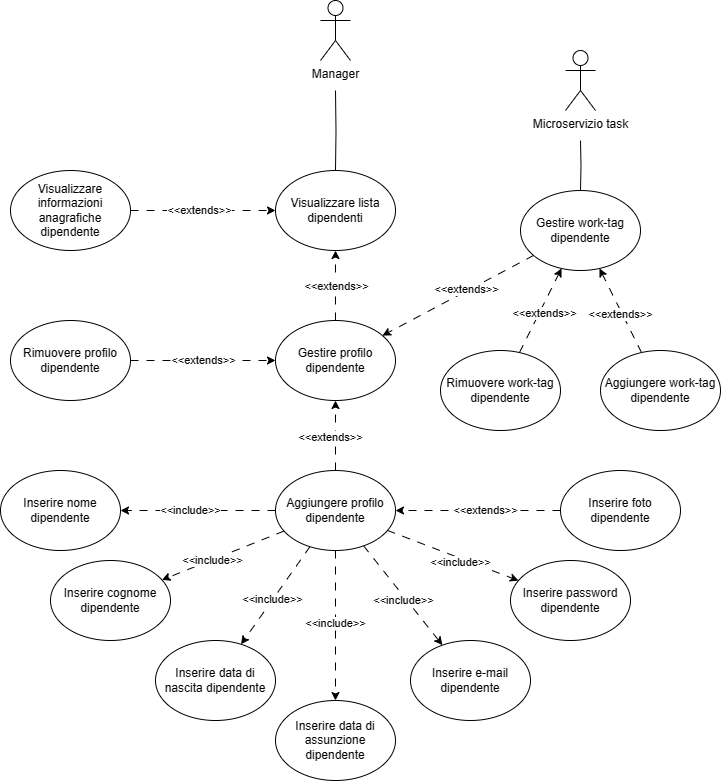
This is second-deliverable/images/UCD/RF11_gestionedipendenti_UCD.png from IS-FixMi/Documentation-Source, a draw.io export, as it was before one commit. Source tidied: cells renumbered, new cells last; positions are measured from the earlier drawing's top-left corner, leaving out a move shared by most shapes.
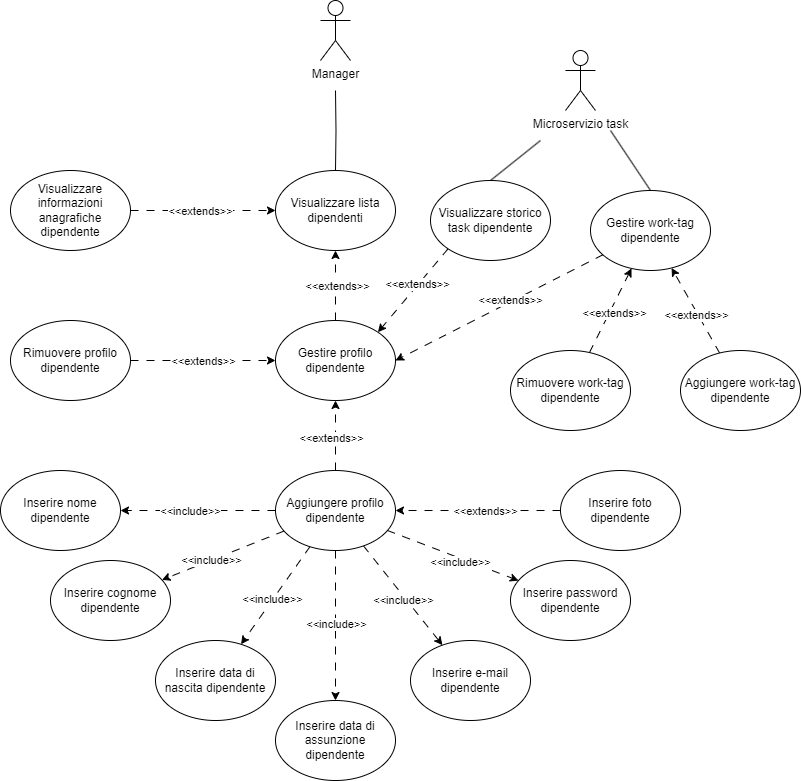
Later version of the same file.

Commit message:
aggiunte le componenti 'assistenza','riparazione','feedback','task','gestione dipendenti' e 'email'. Modificati anche alcuni diagrammi ucd sbagliati

What changed in the source:
```diff
@@ -128,7 +128,7 @@
     <mxCell id="37" value="Visualizzare informazioni anagrafiche dipendente" style="ellipse;whiteSpace=wrap;html=1;" parent="1" vertex="1">
       <mxGeometry x="10" y="170" width="120" height="80" as="geometry" />
     </mxCell>
-    <mxCell id="38" style="rounded=0;jettySize=auto;html=1;dashed=1;dashPattern=8 8;" parent="1" edge="1" source="40" target="7">
+    <mxCell id="38" style="rounded=0;jettySize=auto;html=1;dashed=1;dashPattern=8 8;entryX=1;entryY=0.5;entryDx=0;entryDy=0;" parent="1" edge="1" source="40" target="7">
       <mxGeometry relative="1" as="geometry" />
     </mxCell>
     <mxCell id="39" value="&amp;lt;&amp;lt;extends&amp;gt;&amp;gt;" style="edgeLabel;html=1;align=center;verticalAlign=middle;" parent="38" vertex="1">
@@ -137,13 +137,8 @@
       </mxGeometry>
     </mxCell>
     <mxCell id="40" value="Gestire work-tag dipendente" style="ellipse;whiteSpace=wrap;html=1;" parent="1" vertex="1">
-      <mxGeometry x="520" y="190" width="120" height="80" as="geometry" />
+      <mxGeometry x="590" y="190" width="120" height="80" as="geometry" />
     </mxCell>
-    <mxCell id="41" style="edgeStyle=orthogonalEdgeStyle;rounded=0;jettySize=auto;html=1;endArrow=none;endFill=0;" parent="1" edge="1" target="40">
-      <mxGeometry relative="1" as="geometry">
-        <mxPoint x="580" y="140" as="sourcePoint" />
-      </mxGeometry>
-    </mxCell>
     <mxCell id="42" value="Microservizio task" style="shape=umlActor;verticalLabelPosition=bottom;verticalAlign=top;html=1;" parent="1" vertex="1">
       <mxGeometry x="565" y="50" width="30" height="60" as="geometry" />
     </mxCell>
@@ -154,7 +149,7 @@
       <mxGeometry x="-0.07" y="2" relative="1" as="geometry" />
     </mxCell>
     <mxCell id="45" value="Aggiungere work-tag dipendente" style="ellipse;whiteSpace=wrap;html=1;" parent="1" vertex="1">
-      <mxGeometry x="600" y="350" width="120" height="80" as="geometry" />
+      <mxGeometry x="680" y="350" width="120" height="80" as="geometry" />
     </mxCell>
     <mxCell id="46" style="rounded=0;jettySize=auto;html=1;dashed=1;dashPattern=8 8;" parent="1" edge="1" source="48" target="40">
       <mxGeometry relative="1" as="geometry" />
@@ -165,7 +160,28 @@
       </mxGeometry>
     </mxCell>
     <mxCell id="48" value="Rimuovere work-tag dipendente" style="ellipse;whiteSpace=wrap;html=1;" parent="1" vertex="1">
-      <mxGeometry x="440" y="350" width="120" height="80" as="geometry" />
+      <mxGeometry x="510" y="350" width="120" height="80" as="geometry" />
     </mxCell>
+    <mxCell id="49" value="Visualizzare storico task dipendente" style="ellipse;whiteSpace=wrap;html=1;" parent="1" vertex="1">
+      <mxGeometry x="430" y="180" width="120" height="80" as="geometry" />
+    </mxCell>
+    <mxCell id="50" style="rounded=0;jettySize=auto;html=1;dashed=1;dashPattern=8 8;entryX=1;entryY=0;entryDx=0;entryDy=0;exitX=0;exitY=1;exitDx=0;exitDy=0;" parent="1" edge="1" source="49" target="7">
+      <mxGeometry relative="1" as="geometry" />
+    </mxCell>
+    <mxCell id="51" value="&amp;lt;&amp;lt;extends&amp;gt;&amp;gt;" style="edgeLabel;html=1;align=center;verticalAlign=middle;" parent="50" vertex="1">
+      <mxGeometry x="-0.1" y="1" relative="1" as="geometry">
+        <mxPoint y="-3" as="offset" />
+      </mxGeometry>
+    </mxCell>
+    <mxCell id="52" style="endArrow=none;html=1;rounded=0;exitX=0.5;exitY=0;exitDx=0;exitDy=0;" parent="1" edge="1" source="49">
+      <mxGeometry relative="1" as="geometry">
+        <mxPoint x="540" y="140" as="targetPoint" />
+      </mxGeometry>
+    </mxCell>
+    <mxCell id="53" style="endArrow=none;html=1;rounded=0;exitX=0.5;exitY=0;exitDx=0;exitDy=0;" parent="1" edge="1" source="40">
+      <mxGeometry relative="1" as="geometry">
+        <mxPoint x="610" y="130" as="targetPoint" />
+      </mxGeometry>
+    </mxCell>
   </root>
 </mxGraphModel>
```
